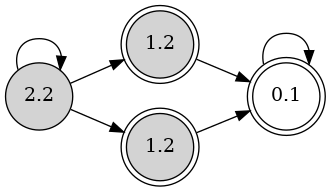
Tj-Cong/EnPAC_2021_RD keeps this Graphviz diagram as cmake-build-debug/SBA.png. Above is the earlier version. Its source is kept beside it as cmake-build-debug/SBA.dot.
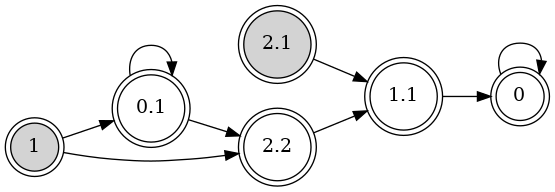
The same diagram one commit later.

What changed in the source:
```diff
@@ -1,10 +1,43 @@
 digraph SBA{
 	rankdir=LR
-	0 [shape=doublecircle,style=filled,label="0.1"]
-	1 [shape=doublecircle,style=filled,label="0.1"]
+	0 [shape=circle,style=filled,label="1"]
+	1 [shape=doublecircle,style=filled,label="1.3"]
+	2 [shape=doublecircle,style=filled,label="0.2"]
+	3 [shape=circle,style=filled,label="2.1"]
+	4 [shape=circle,style=filled,label="1"]
+	9 [shape=circle,label="2"]
+	10 [shape=doublecircle,label="1.2"]
+	14 [shape=circle,label="2.2"]
+	15 [shape=circle,label="1.1"]
+	16 [shape=doublecircle,label="0.1"]
+	21 [shape=circle,label="2.1"]
 
 	0->0
 	0->1
-	1->0
-	1->1
+	0->2
+	0->3
+	0->4
+	1->16
+	2->1
+	2->2
+	2->14
+	2->15
+	3->9
+	3->10
+	4->1
+	4->2
+	4->3
+	4->4
+	9->9
+	9->10
+	10->16
+	14->10
+	14->21
+	15->1
+	15->2
+	15->14
+	15->15
+	16->16
+	21->10
+	21->21
 }
```
